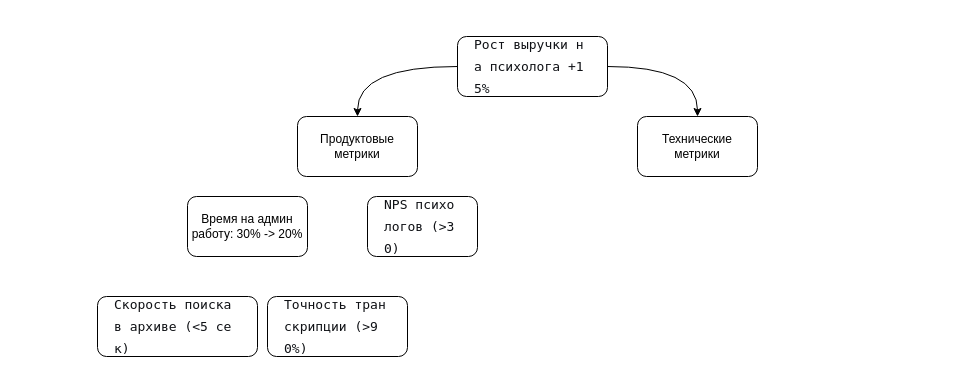
This is aiboost.drawio from danaddi/draw.io, a draw.io file, before an edit. Source tidied: cells renumbered, new cells numbered last; positions are measured from the earlier drawing's top-left corner, leaving out a move shared by most shapes. Both pictures are drawn from the tidied source at 100%, with x=0, y=0 at pixel (97, 36).
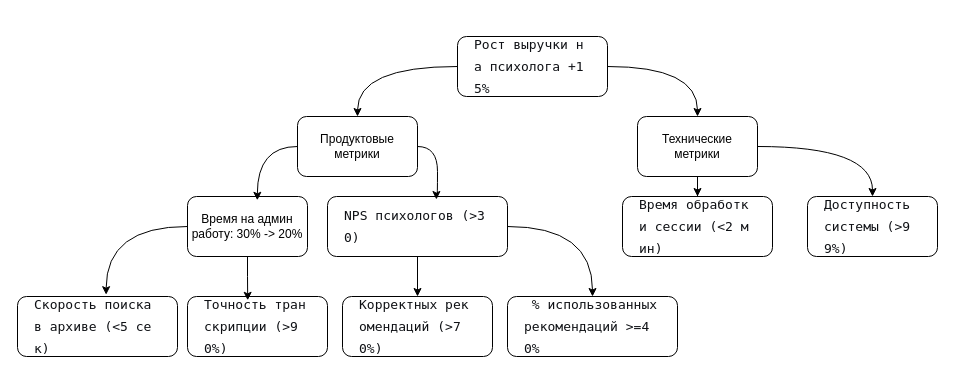
The same page after the edit.

The change refers to these unchanged cells:
```xml
<mxCell id="5" value="Продуктовые метрики" style="rounded=1;whiteSpace=wrap;html=1;" parent="1" vertex="1">
  <mxGeometry x="200" y="80" width="120" height="60" as="geometry" />
</mxCell>
<mxCell id="6" value="Технические метрики" style="rounded=1;whiteSpace=wrap;html=1;" parent="1" vertex="1">
  <mxGeometry x="540" y="80" width="120" height="60" as="geometry" />
</mxCell>
<mxCell id="7" value="Время на админ работу: 30% -&amp;gt; 20%" style="rounded=1;whiteSpace=wrap;html=1;" parent="1" vertex="1">
  <mxGeometry x="90" y="160" width="120" height="60" as="geometry" />
</mxCell>
```

Diff of the diagram source:
```diff
@@
+    <mxCell id="11" style="edgeStyle=orthogonalEdgeStyle;rounded=0;jettySize=auto;html=1;curved=1;" parent="1" edge="1" source="6" target="18">
+      <mxGeometry relative="1" as="geometry" />
+    </mxCell>
+    <mxCell id="12" style="edgeStyle=orthogonalEdgeStyle;rounded=0;jettySize=auto;html=1;entryX=0.5;entryY=0;entryDx=0;entryDy=0;" parent="1" edge="1" source="6" target="17">
+      <mxGeometry relative="1" as="geometry" />
+    </mxCell>
@@
+    <mxCell id="13" style="edgeStyle=orthogonalEdgeStyle;rounded=0;jettySize=auto;html=1;" parent="1" edge="1" source="8" target="15">
+      <mxGeometry relative="1" as="geometry" />
+    </mxCell>
+    <mxCell id="14" style="edgeStyle=orthogonalEdgeStyle;rounded=0;jettySize=auto;html=1;exitX=1;exitY=0.5;exitDx=0;exitDy=0;curved=1;" parent="1" edge="1" source="8" target="16">
+      <mxGeometry relative="1" as="geometry" />
+    </mxCell>
     <mxCell id="8" value="&lt;pre style=&quot;font-variant-numeric: normal; font-variant-east-asian: normal; font-variant-alternates: normal; font-size-adjust: none; font-kerning: auto; font-optical-sizing: auto; font-feature-settings: normal; font-variation-settings: normal; font-variant-position: normal; font-variant-emoji: normal; font-stretch: normal; font-size: 13px; line-height: 22px; font-family: Menlo, Monaco, Consolas, &amp;quot;Cascadia Mono&amp;quot;, &amp;quot;Ubuntu Mono&amp;quot;, &amp;quot;DejaVu Sans Mono&amp;quot;, &amp;quot;Liberation Mono&amp;quot;, &amp;quot;JetBrains Mono&amp;quot;, &amp;quot;Fira Code&amp;quot;, Cousine, &amp;quot;Roboto Mono&amp;quot;, &amp;quot;Courier New&amp;quot;, Courier, sans-serif, system-ui; overflow: auto; text-wrap-mode: wrap; word-break: break-all; padding: 16px; color: rgb(15, 17, 21); text-align: start; margin: 0px !important;&quot;&gt;NPS психологов (&amp;gt;30)&lt;/pre&gt;" style="rounded=1;whiteSpace=wrap;html=1;" parent="1" vertex="1">
-      <mxGeometry x="270" y="160" width="110" height="60" as="geometry" />
+      <mxGeometry x="230" y="160" width="180" height="60" as="geometry" />
     </mxCell>
     <mxCell id="9" value="&lt;pre style=&quot;font-variant-numeric: normal; font-variant-east-asian: normal; font-variant-alternates: normal; font-size-adjust: none; font-kerning: auto; font-optical-sizing: auto; font-feature-settings: normal; font-variation-settings: normal; font-variant-position: normal; font-variant-emoji: normal; font-stretch: normal; font-size: 13px; line-height: 22px; font-family: Menlo, Monaco, Consolas, &amp;quot;Cascadia Mono&amp;quot;, &amp;quot;Ubuntu Mono&amp;quot;, &amp;quot;DejaVu Sans Mono&amp;quot;, &amp;quot;Liberation Mono&amp;quot;, &amp;quot;JetBrains Mono&amp;quot;, &amp;quot;Fira Code&amp;quot;, Cousine, &amp;quot;Roboto Mono&amp;quot;, &amp;quot;Courier New&amp;quot;, Courier, sans-serif, system-ui; overflow: auto; text-wrap-mode: wrap; word-break: break-all; padding: 16px; color: rgb(15, 17, 21); text-align: start; margin: 0px !important;&quot;&gt;Скорость поиска  в архиве (&amp;lt;5 сек)&lt;/pre&gt;" style="rounded=1;whiteSpace=wrap;html=1;" parent="1" vertex="1">
-      <mxGeometry y="260" width="160" height="60" as="geometry" />
+      <mxGeometry x="-80" y="260" width="160" height="60" as="geometry" />
     </mxCell>
     <mxCell id="10" value="&lt;pre style=&quot;font-variant-numeric: normal; font-variant-east-asian: normal; font-variant-alternates: normal; font-size-adjust: none; font-kerning: auto; font-optical-sizing: auto; font-feature-settings: normal; font-variation-settings: normal; font-variant-position: normal; font-variant-emoji: normal; font-stretch: normal; font-size: 13px; line-height: 22px; font-family: Menlo, Monaco, Consolas, &amp;quot;Cascadia Mono&amp;quot;, &amp;quot;Ubuntu Mono&amp;quot;, &amp;quot;DejaVu Sans Mono&amp;quot;, &amp;quot;Liberation Mono&amp;quot;, &amp;quot;JetBrains Mono&amp;quot;, &amp;quot;Fira Code&amp;quot;, Cousine, &amp;quot;Roboto Mono&amp;quot;, &amp;quot;Courier New&amp;quot;, Courier, sans-serif, system-ui; overflow: auto; text-wrap-mode: wrap; word-break: break-all; padding: 16px; color: rgb(15, 17, 21); text-align: start; margin: 0px !important;&quot;&gt;Точность транскрипции (&amp;gt;90%)&lt;/pre&gt;" style="rounded=1;whiteSpace=wrap;html=1;" parent="1" vertex="1">
-      <mxGeometry x="170" y="260" width="140" height="60" as="geometry" />
+      <mxGeometry x="90" y="260" width="140" height="60" as="geometry" />
     </mxCell>
+    <mxCell id="15" value="&lt;pre style=&quot;font-variant-numeric: normal; font-variant-east-asian: normal; font-variant-alternates: normal; font-size-adjust: none; font-kerning: auto; font-optical-sizing: auto; font-feature-settings: normal; font-variation-settings: normal; font-variant-position: normal; font-variant-emoji: normal; font-stretch: normal; font-size: 13px; line-height: 22px; font-family: Menlo, Monaco, Consolas, &amp;quot;Cascadia Mono&amp;quot;, &amp;quot;Ubuntu Mono&amp;quot;, &amp;quot;DejaVu Sans Mono&amp;quot;, &amp;quot;Liberation Mono&amp;quot;, &amp;quot;JetBrains Mono&amp;quot;, &amp;quot;Fira Code&amp;quot;, Cousine, &amp;quot;Roboto Mono&amp;quot;, &amp;quot;Courier New&amp;quot;, Courier, sans-serif, system-ui; overflow: auto; text-wrap-mode: wrap; word-break: break-all; padding: 16px; color: rgb(15, 17, 21); text-align: start; margin: 0px !important;&quot;&gt;Корректных рекомендаций (&amp;gt;70%)&lt;/pre&gt;" style="rounded=1;whiteSpace=wrap;html=1;" parent="1" vertex="1">
+      <mxGeometry x="245" y="260" width="150" height="60" as="geometry" />
+    </mxCell>
+    <mxCell id="16" value="&lt;pre style=&quot;font-variant-numeric: normal; font-variant-east-asian: normal; font-variant-alternates: normal; font-size-adjust: none; font-kerning: auto; font-optical-sizing: auto; font-feature-settings: normal; font-variation-settings: normal; font-variant-position: normal; font-variant-emoji: normal; font-stretch: normal; font-size: 13px; line-height: 22px; font-family: Menlo, Monaco, Consolas, &amp;quot;Cascadia Mono&amp;quot;, &amp;quot;Ubuntu Mono&amp;quot;, &amp;quot;DejaVu Sans Mono&amp;quot;, &amp;quot;Liberation Mono&amp;quot;, &amp;quot;JetBrains Mono&amp;quot;, &amp;quot;Fira Code&amp;quot;, Cousine, &amp;quot;Roboto Mono&amp;quot;, &amp;quot;Courier New&amp;quot;, Courier, sans-serif, system-ui; overflow: auto; text-wrap-mode: wrap; word-break: break-all; padding: 16px; color: rgb(15, 17, 21); text-align: start; margin: 0px !important;&quot;&gt; % использованных рекомендаций &amp;gt;=40%&lt;/pre&gt;" style="rounded=1;whiteSpace=wrap;html=1;" parent="1" vertex="1">
+      <mxGeometry x="410" y="260" width="170" height="60" as="geometry" />
+    </mxCell>
+    <mxCell id="17" value="&lt;pre style=&quot;font-variant-numeric: normal; font-variant-east-asian: normal; font-variant-alternates: normal; font-size-adjust: none; font-kerning: auto; font-optical-sizing: auto; font-feature-settings: normal; font-variation-settings: normal; font-variant-position: normal; font-variant-emoji: normal; font-stretch: normal; font-size: 13px; line-height: 22px; font-family: Menlo, Monaco, Consolas, &amp;quot;Cascadia Mono&amp;quot;, &amp;quot;Ubuntu Mono&amp;quot;, &amp;quot;DejaVu Sans Mono&amp;quot;, &amp;quot;Liberation Mono&amp;quot;, &amp;quot;JetBrains Mono&amp;quot;, &amp;quot;Fira Code&amp;quot;, Cousine, &amp;quot;Roboto Mono&amp;quot;, &amp;quot;Courier New&amp;quot;, Courier, sans-serif, system-ui; overflow: auto; text-wrap-mode: wrap; word-break: break-all; padding: 16px; color: rgb(15, 17, 21); text-align: start; margin: 0px !important;&quot;&gt;Время обработки сессии (&amp;lt;2 мин)&lt;/pre&gt;" style="rounded=1;whiteSpace=wrap;html=1;" parent="1" vertex="1">
+      <mxGeometry x="525" y="160" width="150" height="60" as="geometry" />
+    </mxCell>
+    <mxCell id="18" value="&lt;pre style=&quot;font-variant-numeric: normal; font-variant-east-asian: normal; font-variant-alternates: normal; font-size-adjust: none; font-kerning: auto; font-optical-sizing: auto; font-feature-settings: normal; font-variation-settings: normal; font-variant-position: normal; font-variant-emoji: normal; font-stretch: normal; font-size: 13px; line-height: 22px; font-family: Menlo, Monaco, Consolas, &amp;quot;Cascadia Mono&amp;quot;, &amp;quot;Ubuntu Mono&amp;quot;, &amp;quot;DejaVu Sans Mono&amp;quot;, &amp;quot;Liberation Mono&amp;quot;, &amp;quot;JetBrains Mono&amp;quot;, &amp;quot;Fira Code&amp;quot;, Cousine, &amp;quot;Roboto Mono&amp;quot;, &amp;quot;Courier New&amp;quot;, Courier, sans-serif, system-ui; overflow: auto; text-wrap-mode: wrap; word-break: break-all; padding: 16px; color: rgb(15, 17, 21); text-align: start; margin: 0px !important;&quot;&gt;Доступность системы (&amp;gt;99%)&lt;/pre&gt;" style="rounded=1;whiteSpace=wrap;html=1;" parent="1" vertex="1">
+      <mxGeometry x="710" y="160" width="130" height="60" as="geometry" />
+    </mxCell>
+    <mxCell id="19" style="edgeStyle=orthogonalEdgeStyle;rounded=0;jettySize=auto;html=1;entryX=0.582;entryY=0.063;entryDx=0;entryDy=0;entryPerimeter=0;curved=1;exitX=0;exitY=0.5;exitDx=0;exitDy=0;" parent="1" edge="1" source="5" target="7">
+      <mxGeometry relative="1" as="geometry" />
+    </mxCell>
+    <mxCell id="20" style="edgeStyle=orthogonalEdgeStyle;rounded=0;jettySize=auto;html=1;entryX=0.605;entryY=0.05;entryDx=0;entryDy=0;entryPerimeter=0;curved=1;exitX=1;exitY=0.5;exitDx=0;exitDy=0;" parent="1" edge="1" source="5" target="8">
+      <mxGeometry relative="1" as="geometry" />
+    </mxCell>
+    <mxCell id="21" style="edgeStyle=orthogonalEdgeStyle;rounded=0;jettySize=auto;html=1;entryX=0.554;entryY=-0.03;entryDx=0;entryDy=0;entryPerimeter=0;curved=1;" parent="1" edge="1" source="7" target="9">
+      <mxGeometry relative="1" as="geometry" />
+    </mxCell>
+    <mxCell id="22" style="edgeStyle=orthogonalEdgeStyle;rounded=0;jettySize=auto;html=1;entryX=0.43;entryY=0.063;entryDx=0;entryDy=0;entryPerimeter=0;" parent="1" edge="1" source="7" target="10">
+      <mxGeometry relative="1" as="geometry" />
+    </mxCell>
```
